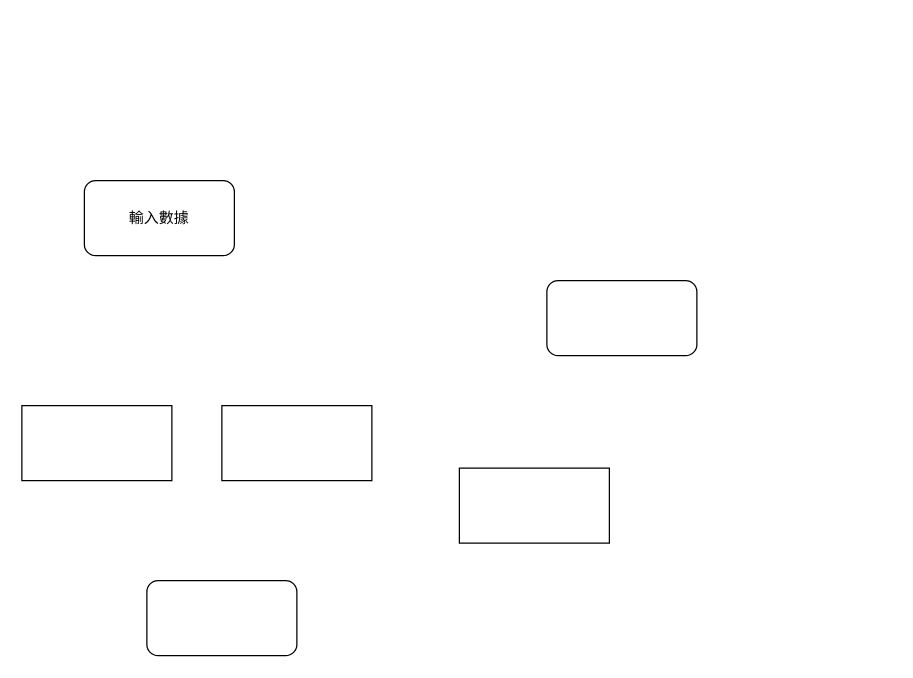
GPL1024/BigNews keeps this draw.io diagram as page "第 4 页" (4 of 4) of 未命名绘图.drawio. Above is the earlier version. Source tidied: cells renumbered, new cells numbered last; positions are measured from the earlier drawing's top-left corner, leaving out a move shared by most shapes. Both pictures are drawn from the tidied source at 125%, with x=0, y=0 at pixel (21, 180).
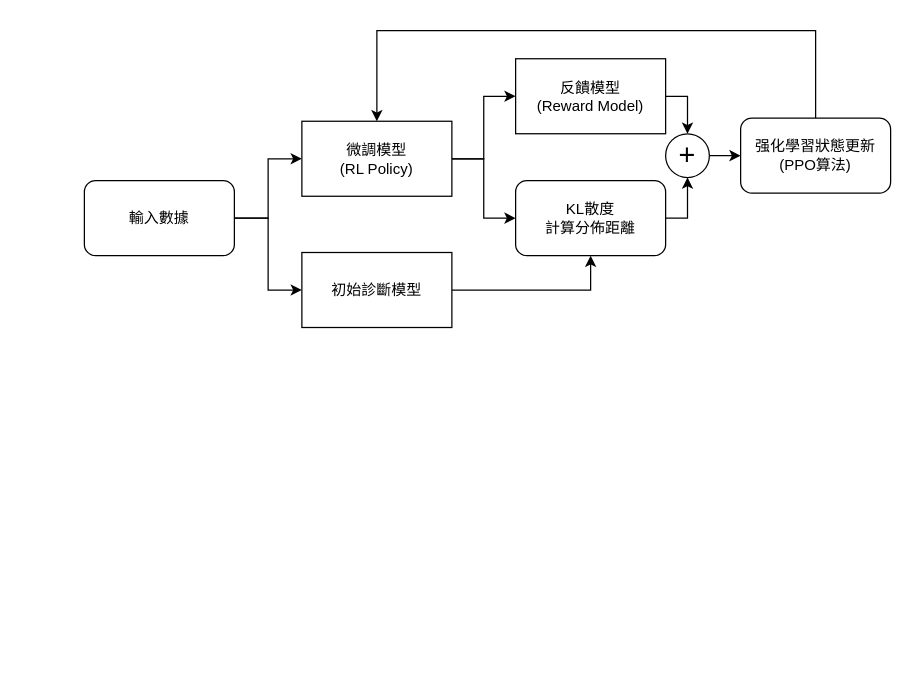
After the change.

Commit message:
更新未命名绘图.drawio

Diff of the diagram source:
```diff
@@
 <mxGraphModel>
   <root>
     <mxCell id="0" />
     <mxCell id="1" parent="0" />
+    <mxCell id="8" style="edgeStyle=orthogonalEdgeStyle;rounded=0;jettySize=auto;html=1;exitX=1;exitY=0.5;exitDx=0;exitDy=0;entryX=0;entryY=0.5;entryDx=0;entryDy=0;" parent="1" edge="1" source="2" target="14">
+      <mxGeometry relative="1" as="geometry" />
+    </mxCell>
+    <mxCell id="9" style="edgeStyle=orthogonalEdgeStyle;rounded=0;jettySize=auto;html=1;exitX=1;exitY=0.5;exitDx=0;exitDy=0;entryX=0;entryY=0.5;entryDx=0;entryDy=0;" parent="1" edge="1" source="2" target="16">
+      <mxGeometry relative="1" as="geometry" />
+    </mxCell>
     <mxCell id="2" value="輸入數據" style="rounded=1;whiteSpace=wrap;html=1;" parent="1" vertex="1">
       <mxGeometry x="50" width="120" height="60" as="geometry" />
     </mxCell>
-    <mxCell id="3" style="rounded=1;whiteSpace=wrap;html=1;" parent="1" vertex="1">
-      <mxGeometry x="420" y="80" width="120" height="60" as="geometry" />
-    </mxCell>
-    <mxCell id="4" style="rounded=1;whiteSpace=wrap;html=1;" parent="1" vertex="1">
-      <mxGeometry x="100" y="320" width="120" height="60" as="geometry" />
-    </mxCell>
-    <mxCell id="5" style="rounded=0;whiteSpace=wrap;html=1;" parent="1" vertex="1">
-      <mxGeometry y="180" width="120" height="60" as="geometry" />
-    </mxCell>
-    <mxCell id="6" style="rounded=0;whiteSpace=wrap;html=1;" parent="1" vertex="1">
-      <mxGeometry x="160" y="180" width="120" height="60" as="geometry" />
-    </mxCell>
-    <mxCell id="7" style="rounded=0;whiteSpace=wrap;html=1;" parent="1" vertex="1">
-      <mxGeometry x="350" y="230" width="120" height="60" as="geometry" />
-    </mxCell>
+    <mxCell id="10" style="edgeStyle=orthogonalEdgeStyle;rounded=0;jettySize=auto;html=1;exitX=1;exitY=0.5;exitDx=0;exitDy=0;entryX=0.5;entryY=1;entryDx=0;entryDy=0;" parent="1" edge="1" source="11" target="20">
+      <mxGeometry relative="1" as="geometry" />
+    </mxCell>
+    <mxCell id="11" value="KL散度&lt;br&gt;計算分佈距離" style="rounded=1;whiteSpace=wrap;html=1;" parent="1" vertex="1">
+      <mxGeometry x="395" width="120" height="60" as="geometry" />
+    </mxCell>
+    <mxCell id="12" style="edgeStyle=orthogonalEdgeStyle;rounded=0;jettySize=auto;html=1;exitX=1;exitY=0.5;exitDx=0;exitDy=0;entryX=0;entryY=0.5;entryDx=0;entryDy=0;" parent="1" edge="1" source="14" target="11">
+      <mxGeometry relative="1" as="geometry" />
+    </mxCell>
+    <mxCell id="13" style="edgeStyle=orthogonalEdgeStyle;rounded=0;jettySize=auto;html=1;exitX=1;exitY=0.5;exitDx=0;exitDy=0;entryX=0;entryY=0.5;entryDx=0;entryDy=0;" parent="1" edge="1" source="14" target="18">
+      <mxGeometry relative="1" as="geometry" />
+    </mxCell>
+    <mxCell id="14" value="微調模型&lt;br style=&quot;border-color: var(--border-color);&quot;&gt;(RL Policy)" style="rounded=0;whiteSpace=wrap;html=1;" parent="1" vertex="1">
+      <mxGeometry x="224" y="-47.5" width="120" height="60" as="geometry" />
+    </mxCell>
+    <mxCell id="15" style="edgeStyle=orthogonalEdgeStyle;rounded=0;jettySize=auto;html=1;exitX=1;exitY=0.5;exitDx=0;exitDy=0;entryX=0.5;entryY=1;entryDx=0;entryDy=0;" parent="1" edge="1" source="16" target="11">
+      <mxGeometry relative="1" as="geometry" />
+    </mxCell>
+    <mxCell id="16" value="初始診斷模型" style="rounded=0;whiteSpace=wrap;html=1;" parent="1" vertex="1">
+      <mxGeometry x="224" y="57.5" width="120" height="60" as="geometry" />
+    </mxCell>
+    <mxCell id="17" style="edgeStyle=orthogonalEdgeStyle;rounded=0;jettySize=auto;html=1;exitX=1;exitY=0.5;exitDx=0;exitDy=0;entryX=0.5;entryY=0;entryDx=0;entryDy=0;" parent="1" edge="1" source="18" target="20">
+      <mxGeometry relative="1" as="geometry" />
+    </mxCell>
+    <mxCell id="18" value="反饋模型&lt;br&gt;(Reward Model)" style="rounded=0;whiteSpace=wrap;html=1;" parent="1" vertex="1">
+      <mxGeometry x="395" y="-97.5" width="120" height="60" as="geometry" />
+    </mxCell>
+    <mxCell id="19" style="edgeStyle=orthogonalEdgeStyle;rounded=0;jettySize=auto;html=1;exitX=1;exitY=0.5;exitDx=0;exitDy=0;entryX=0;entryY=0.5;entryDx=0;entryDy=0;" parent="1" edge="1" source="20" target="22">
+      <mxGeometry relative="1" as="geometry" />
+    </mxCell>
+    <mxCell id="20" value="+" style="ellipse;whiteSpace=wrap;html=1;fontSize=23;" parent="1" vertex="1">
+      <mxGeometry x="515" y="-37.5" width="35" height="35" as="geometry" />
+    </mxCell>
+    <mxCell id="21" style="edgeStyle=orthogonalEdgeStyle;rounded=0;jettySize=auto;html=1;exitX=0.5;exitY=0;exitDx=0;exitDy=0;entryX=0.5;entryY=0;entryDx=0;entryDy=0;" parent="1" edge="1" source="22" target="14">
+      <mxGeometry relative="1" as="geometry">
+        <Array as="points">
+          <mxPoint x="635" y="-120" />
+          <mxPoint x="284" y="-120" />
+        </Array>
+      </mxGeometry>
+    </mxCell>
+    <mxCell id="22" value="强化學習狀態更新&lt;br&gt;(PPO算法)" style="rounded=1;whiteSpace=wrap;html=1;" parent="1" vertex="1">
+      <mxGeometry x="575" y="-50" width="120" height="60" as="geometry" />
+    </mxCell>
   </root>
 </mxGraphModel>
```
